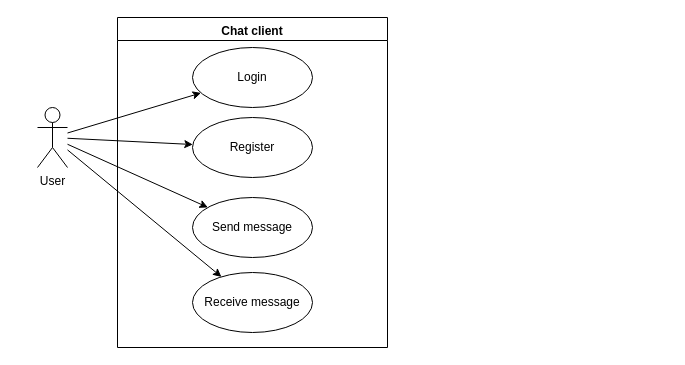
Earlier version of the draw.io diagram ChatSocket.drawio (Mvt1927/Chat). Source tidied: cells renumbered, new cells numbered last; positions are measured from the earlier drawing's top-left corner, leaving out a move shared by most shapes. Both pictures are drawn from the tidied source at 100%, with x=0, y=0 at pixel (37, 17).
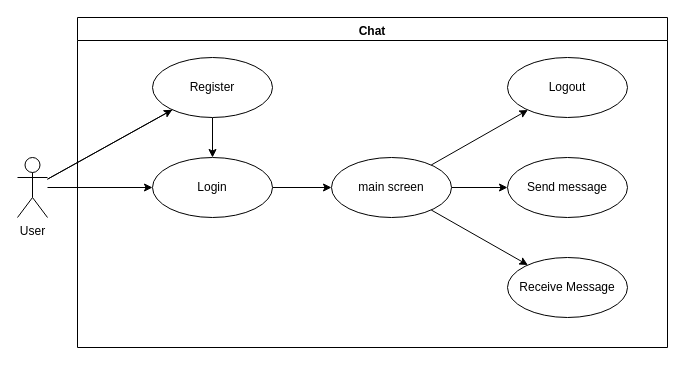
Above is the later version.

Commit message (it also covers changes not shown here):
Cập nhật ChatSocket.drawio

Diff of the diagram source:
```diff
@@
 <mxGraphModel>
   <root>
     <mxCell id="0" />
     <mxCell id="1" parent="0" />
     <mxCell id="2" style="rounded=0;jettySize=auto;html=1;" parent="1" edge="1" source="6" target="8">
       <mxGeometry relative="1" as="geometry" />
     </mxCell>
     <mxCell id="3" style="edgeStyle=none;rounded=0;jettySize=auto;html=1;" parent="1" edge="1" source="6" target="9">
       <mxGeometry relative="1" as="geometry" />
     </mxCell>
-    <mxCell id="4" style="edgeStyle=none;rounded=0;jettySize=auto;html=1;" parent="1" edge="1" source="6" target="10">
-      <mxGeometry relative="1" as="geometry" />
-    </mxCell>
-    <mxCell id="5" style="edgeStyle=none;rounded=0;jettySize=auto;html=1;" parent="1" edge="1" source="6" target="11">
-      <mxGeometry relative="1" as="geometry" />
-    </mxCell>
     <mxCell id="6" value="User&lt;br&gt;" style="shape=umlActor;verticalLabelPosition=bottom;verticalAlign=top;html=1;outlineConnect=0;" parent="1" vertex="1">
-      <mxGeometry y="90" width="30" height="60" as="geometry" />
+      <mxGeometry x="-20" y="140" width="30" height="60" as="geometry" />
     </mxCell>
-    <mxCell id="7" value="Chat client" style="swimlane;verticalAlign=bottom;" parent="1" vertex="1">
-      <mxGeometry x="80" width="270" height="330" as="geometry" />
+    <mxCell id="7" value="Chat" style="swimlane;verticalAlign=bottom;" parent="1" vertex="1">
+      <mxGeometry x="40" width="590" height="330" as="geometry" />
     </mxCell>
+    <mxCell id="12" style="edgeStyle=none;rounded=0;jettySize=auto;html=1;" parent="7" edge="1" source="8" target="17">
+      <mxGeometry relative="1" as="geometry" />
+    </mxCell>
     <mxCell id="8" value="Login" style="ellipse;whiteSpace=wrap;html=1;verticalAlign=middle;" parent="7" vertex="1">
-      <mxGeometry x="75" y="30" width="120" height="60" as="geometry" />
+      <mxGeometry x="75" y="140" width="120" height="60" as="geometry" />
     </mxCell>
+    <mxCell id="13" style="edgeStyle=none;rounded=0;jettySize=auto;html=1;entryX=0.5;entryY=0;entryDx=0;entryDy=0;" parent="7" edge="1" source="9" target="8">
+      <mxGeometry relative="1" as="geometry" />
+    </mxCell>
     <mxCell id="9" value="Register" style="ellipse;whiteSpace=wrap;html=1;verticalAlign=middle;" parent="7" vertex="1">
-      <mxGeometry x="75" y="100" width="120" height="60" as="geometry" />
+      <mxGeometry x="75" y="40" width="120" height="60" as="geometry" />
     </mxCell>
+    <mxCell id="14" style="edgeStyle=none;rounded=0;jettySize=auto;html=1;" parent="7" edge="1" source="17" target="18">
+      <mxGeometry relative="1" as="geometry" />
+    </mxCell>
+    <mxCell id="15" style="edgeStyle=none;rounded=0;jettySize=auto;html=1;" parent="7" edge="1" source="17" target="10">
+      <mxGeometry relative="1" as="geometry" />
+    </mxCell>
+    <mxCell id="16" style="edgeStyle=none;rounded=0;jettySize=auto;html=1;" parent="7" edge="1" source="17" target="19">
+      <mxGeometry relative="1" as="geometry" />
+    </mxCell>
+    <mxCell id="17" value="main screen" style="ellipse;whiteSpace=wrap;html=1;" parent="7" vertex="1">
+      <mxGeometry x="254" y="140" width="120" height="60" as="geometry" />
+    </mxCell>
+    <mxCell id="18" value="Logout" style="ellipse;whiteSpace=wrap;html=1;" parent="7" vertex="1">
+      <mxGeometry x="430" y="40" width="120" height="60" as="geometry" />
+    </mxCell>
-    <mxCell id="10" value="Send message" style="ellipse;whiteSpace=wrap;html=1;verticalAlign=middle;" parent="7" vertex="1">
-      <mxGeometry x="75" y="180" width="120" height="60" as="geometry" />
+    <mxCell id="10" value="Send message" style="ellipse;whiteSpace=wrap;html=1;" parent="7" vertex="1">
+      <mxGeometry x="430" y="140" width="120" height="60" as="geometry" />
     </mxCell>
-    <mxCell id="11" value="Receive message" style="ellipse;whiteSpace=wrap;html=1;verticalAlign=middle;" parent="7" vertex="1">
-      <mxGeometry x="75" y="255" width="120" height="60" as="geometry" />
-    </mxCell>
+    <mxCell id="19" value="Receive Message" style="ellipse;whiteSpace=wrap;html=1;" parent="7" vertex="1">
+      <mxGeometry x="430" y="240" width="120" height="60" as="geometry" />
+    </mxCell>
+    <mxCell id="20" style="edgeStyle=none;rounded=0;jettySize=auto;html=1;endArrow=none;" parent="1" edge="1" source="6" target="9">
+      <mxGeometry relative="1" as="geometry" />
+    </mxCell>
   </root>
 </mxGraphModel>
```
